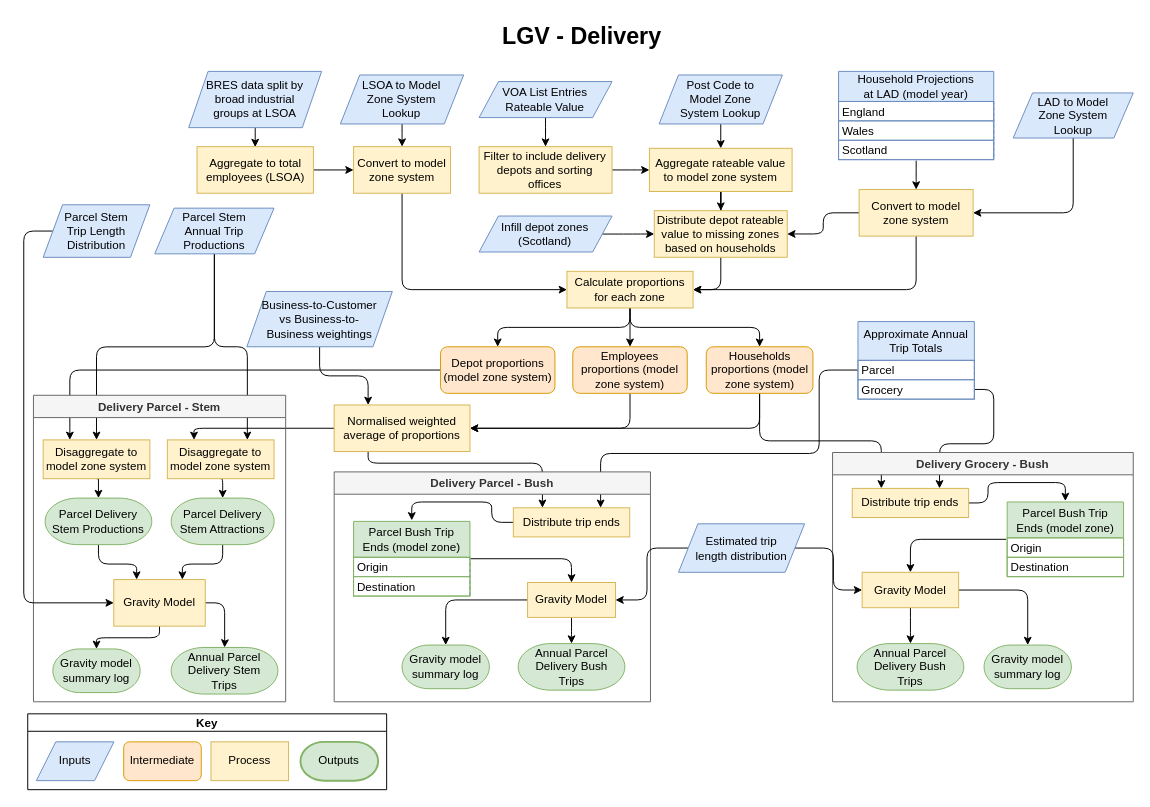
Earlier version of the draw.io diagram page "Delivery" (4 of 6) of local_freight_tool/doc/op_diagrams/LGV_methodology.drawio (Transport-for-the-North/caf-freight-tools). Source tidied: cells renumbered, new cells numbered last; positions are measured from the earlier drawing's top-left corner, leaving out a move shared by most shapes. Both pictures are drawn from the tidied source at 97%, with x=0, y=0 at pixel (23, 16).
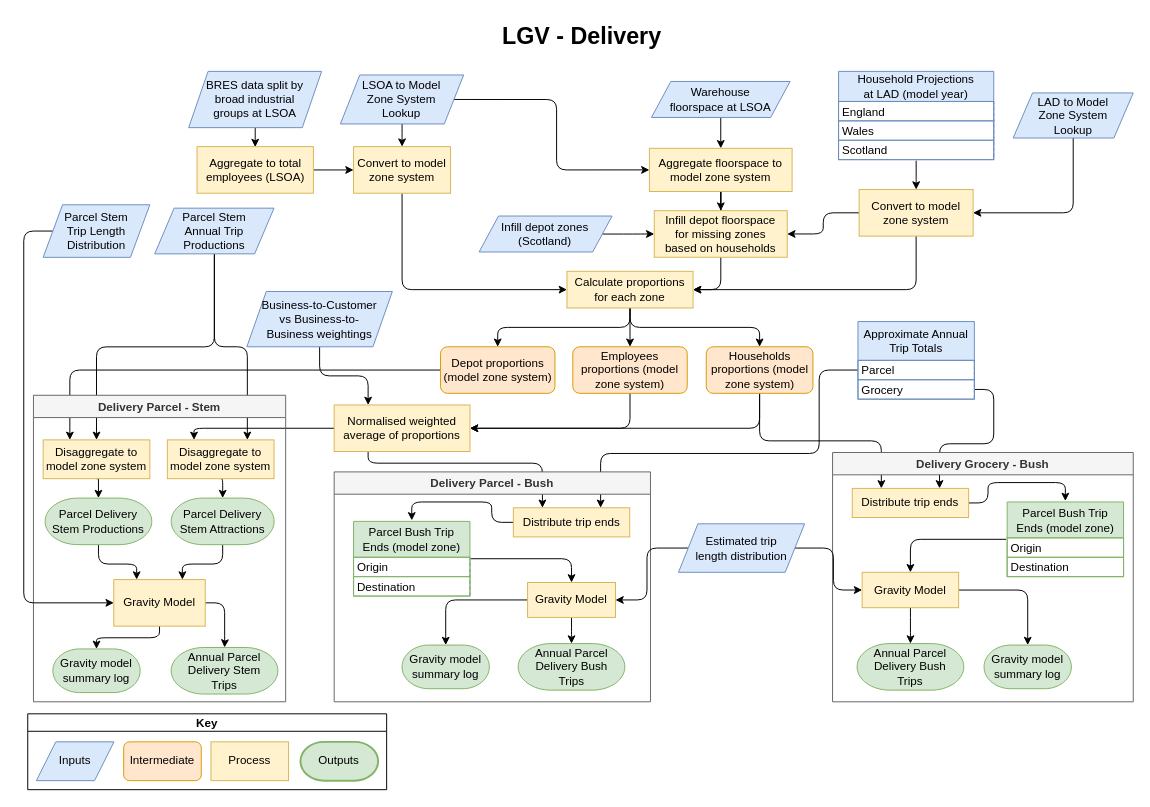
The same diagram, later.

Commit message (it also covers changes not shown here):
LGV updated README new warehouse data

The change refers to these unchanged cells:
```xml
<mxCell id="16" value="LSOA to Model Zone System Lookup" style="shape=parallelogram;perimeter=parallelogramPerimeter;whiteSpace=wrap;html=1;fixedSize=1;rounded=0;shadow=0;glass=0;labelBackgroundColor=none;comic=0;sketch=0;strokeColor=#6c8ebf;strokeWidth=1;fillColor=#dae8fc;fontSize=12;spacingRight=10;spacingLeft=10;" parent="1" vertex="1">
  <mxGeometry x="326.4" y="59.8" width="127.1" height="50.5" as="geometry" />
</mxCell>
```

Change to the diagram source:
```diff
@@
+    <mxCell id="105" style="edgeStyle=orthogonalEdgeStyle;rounded=1;jettySize=auto;html=1;exitX=1;exitY=0.5;exitDx=0;exitDy=0;entryX=0;entryY=0.5;entryDx=0;entryDy=0;" parent="1" edge="1" source="16" target="33">
+      <mxGeometry relative="1" as="geometry" />
+    </mxCell>
@@
-    <mxCell id="28" style="edgeStyle=orthogonalEdgeStyle;rounded=1;jettySize=auto;html=1;" parent="1" edge="1" source="29" target="31">
-      <mxGeometry relative="1" as="geometry" />
-    </mxCell>
+    <mxCell id="106" style="edgeStyle=orthogonalEdgeStyle;rounded=0;jettySize=auto;html=1;exitX=0.5;exitY=1;exitDx=0;exitDy=0;entryX=0.5;entryY=0;entryDx=0;entryDy=0;" parent="1" edge="1" source="29" target="33">
+      <mxGeometry relative="1" as="geometry" />
+    </mxCell>
-    <mxCell id="29" value="VOA List Entries Rateable Value" style="shape=parallelogram;perimeter=parallelogramPerimeter;whiteSpace=wrap;html=1;fixedSize=1;rounded=0;shadow=0;glass=0;labelBackgroundColor=none;comic=0;sketch=0;strokeColor=#6c8ebf;strokeWidth=1;fillColor=#dae8fc;fontSize=12;spacingRight=10;spacingLeft=10;" parent="1" vertex="1">
-      <mxGeometry x="469.4" y="66.6" width="137.1" height="37.1" as="geometry" />
+    <mxCell id="29" value="Warehouse floorspace at LSOA" style="shape=parallelogram;perimeter=parallelogramPerimeter;whiteSpace=wrap;html=1;fixedSize=1;rounded=0;shadow=0;glass=0;labelBackgroundColor=none;comic=0;sketch=0;strokeColor=#6c8ebf;strokeWidth=1;fillColor=#dae8fc;fontSize=12;spacingRight=13;spacingLeft=13;" parent="1" vertex="1">
+      <mxGeometry x="647.1" y="66.5" width="142.9" height="37.1" as="geometry" />
     </mxCell>
-    <mxCell id="30" style="edgeStyle=orthogonalEdgeStyle;rounded=1;jettySize=auto;html=1;" parent="1" edge="1" source="31" target="33">
-      <mxGeometry relative="1" as="geometry" />
-    </mxCell>
-    <mxCell id="31" value="Filter to include delivery depots and sorting offices" style="rounded=0;whiteSpace=wrap;html=1;shadow=0;glass=0;labelBackgroundColor=none;comic=0;sketch=0;strokeColor=#d6b656;strokeWidth=1;fillColor=#fff2cc;fontSize=12;" parent="1" vertex="1">
-      <mxGeometry x="469.4" y="133.7" width="137.1" height="48" as="geometry" />
-    </mxCell>
@@
-    <mxCell id="33" value="Aggregate rateable value to model zone system" style="rounded=0;whiteSpace=wrap;html=1;shadow=0;glass=0;labelBackgroundColor=none;comic=0;sketch=0;strokeColor=#d6b656;strokeWidth=1;fillColor=#fff2cc;fontSize=12;" parent="1" vertex="1">
+    <mxCell id="33" value="Aggregate floorspace to model zone system" style="rounded=0;whiteSpace=wrap;html=1;shadow=0;glass=0;labelBackgroundColor=none;comic=0;sketch=0;strokeColor=#d6b656;strokeWidth=1;fillColor=#fff2cc;fontSize=12;" parent="1" vertex="1">
       <mxGeometry x="645" y="135.4" width="147.1" height="44.5" as="geometry" />
     </mxCell>
-    <mxCell id="34" style="edgeStyle=orthogonalEdgeStyle;rounded=1;jettySize=auto;html=1;entryX=0.5;entryY=0;entryDx=0;entryDy=0;exitX=0.5;exitY=1;exitDx=0;exitDy=0;" parent="1" edge="1" source="35" target="33">
-      <mxGeometry relative="1" as="geometry" />
-    </mxCell>
-    <mxCell id="35" value="Post Code to Model Zone System Lookup" style="shape=parallelogram;perimeter=parallelogramPerimeter;whiteSpace=wrap;html=1;fixedSize=1;rounded=0;shadow=0;glass=0;labelBackgroundColor=none;comic=0;sketch=0;strokeColor=#6c8ebf;strokeWidth=1;fillColor=#dae8fc;fontSize=12;spacingRight=10;spacingLeft=10;" parent="1" vertex="1">
-      <mxGeometry x="655" y="59.8" width="127.1" height="50.5" as="geometry" />
-    </mxCell>
@@
-    <mxCell id="99" value="Distribute depot rateable value to missing zones based on households" style="rounded=0;whiteSpace=wrap;html=1;shadow=0;glass=0;labelBackgroundColor=none;comic=0;sketch=0;strokeColor=#d6b656;strokeWidth=1;fillColor=#fff2cc;fontSize=12;" parent="1" vertex="1">
+    <mxCell id="99" value="Infill depot floorspace for missing zones based on households" style="rounded=0;whiteSpace=wrap;html=1;shadow=0;glass=0;labelBackgroundColor=none;comic=0;sketch=0;strokeColor=#d6b656;strokeWidth=1;fillColor=#fff2cc;fontSize=12;spacingLeft=5;spacingRight=5;" parent="1" vertex="1">
       <mxGeometry x="650" y="199.7" width="137.1" height="48" as="geometry" />
     </mxCell>
```
